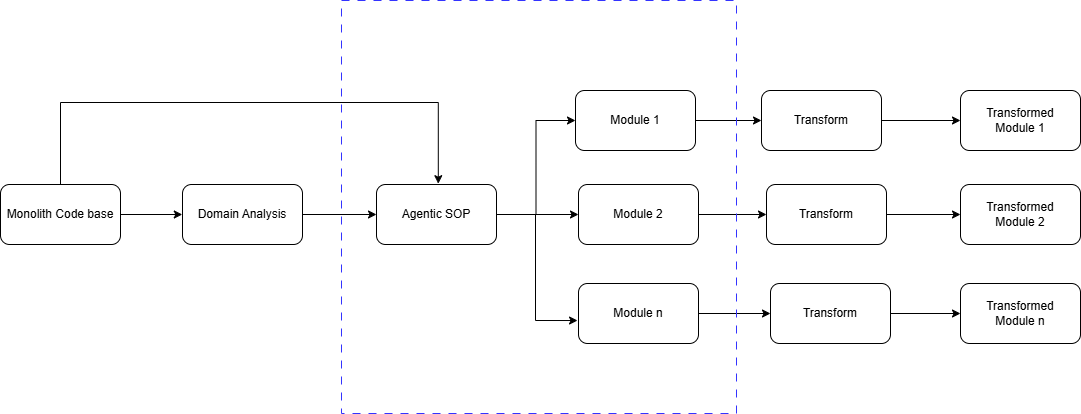
The draw.io diagram assets/Decompose.png in sacpopli/agentic-sop, before a commit. Source tidied: cells renumbered, new cells last; positions are measured from the earlier drawing's top-left corner, leaving out a move shared by most shapes.
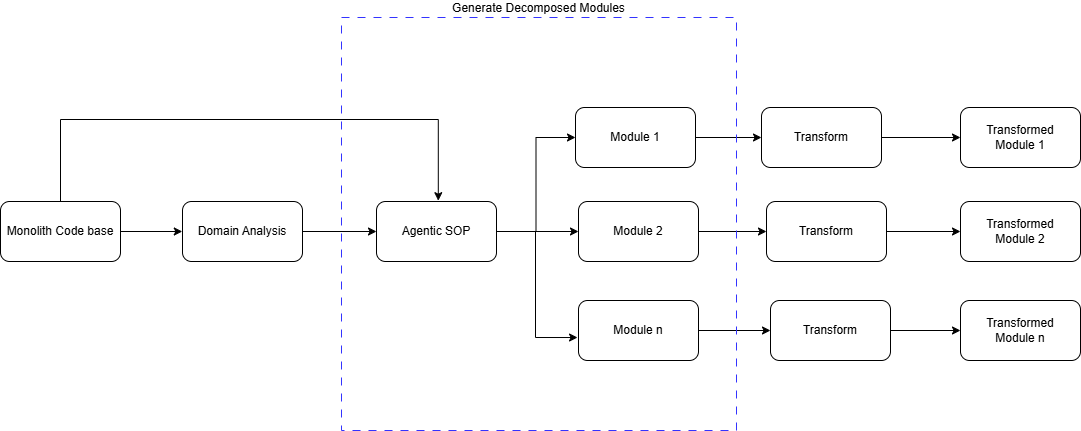
The same diagram one commit later.

Change to the diagram source:
```diff
@@ -87,7 +87,7 @@
     <mxCell id="25" value="Transformed&lt;br&gt;Module n" style="rounded=1;whiteSpace=wrap;html=1;" parent="1" vertex="1">
       <mxGeometry x="960" y="283" width="120" height="60" as="geometry" />
     </mxCell>
-    <mxCell id="26" style="rounded=0;whiteSpace=wrap;html=1;fillColor=none;dashed=1;dashPattern=8 8;strokeColor=#3333FF;" parent="1" vertex="1">
+    <mxCell id="26" value="Generate Decomposed Modules" style="rounded=0;whiteSpace=wrap;html=1;fillColor=none;dashed=1;dashPattern=8 8;strokeColor=#3333FF;labelPosition=center;verticalLabelPosition=top;align=center;verticalAlign=bottom;" parent="1" vertex="1">
       <mxGeometry x="341" width="395" height="413" as="geometry" />
     </mxCell>
   </root>
```
